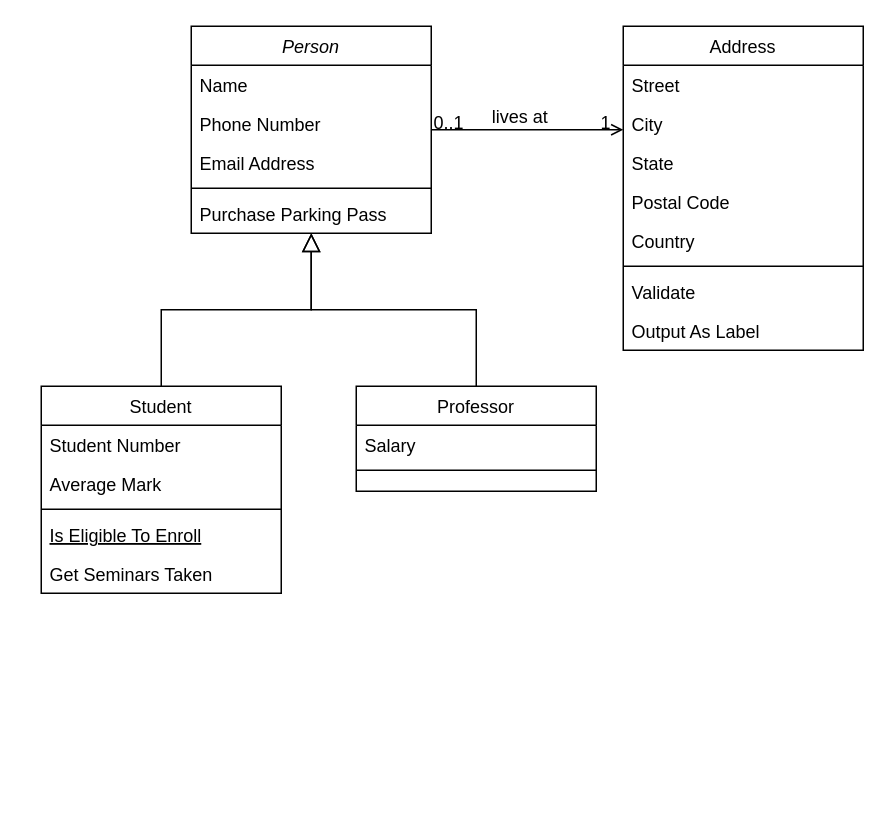
herianp/expense-sharing-app keeps this draw.io diagram as Untitled Diagram.drawio. Above is the earlier version. Source tidied: cells renumbered, new cells numbered last; positions are measured from the earlier drawing's top-left corner, leaving out a move shared by most shapes. Both pictures are drawn from the tidied source at 150%, with x=0, y=0 at pixel (40, 26).
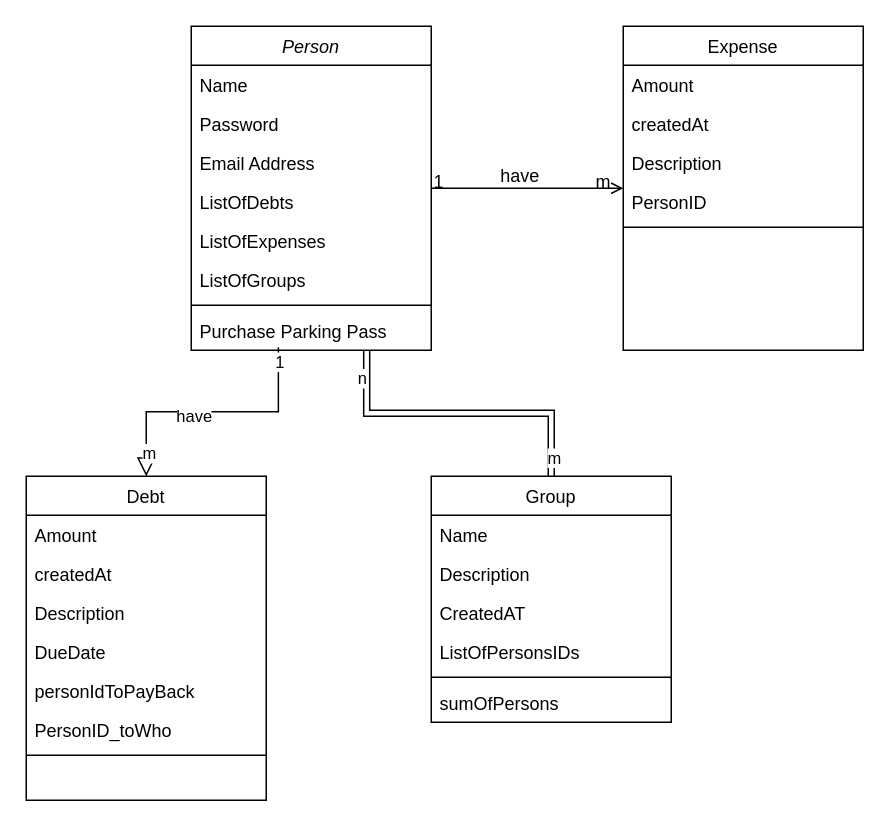
After the change.

The change refers to these unchanged cells:
```xml
<mxCell id="28" style="endArrow=open;shadow=0;strokeWidth=1;rounded=0;endFill=1;edgeStyle=elbowEdgeStyle;elbow=vertical;" parent="1" edge="1" source="2" target="19">
  <mxGeometry x="0.5" y="41" relative="1" as="geometry">
    <mxPoint x="-40" y="32" as="offset" />
  </mxGeometry>
</mxCell>
```

Change to the diagram source:
```diff
@@
     <mxCell id="2" value="Person" style="swimlane;fontStyle=2;align=center;verticalAlign=top;horizontal=1;startSize=26;rounded=0;shadow=0;strokeWidth=1;" parent="1" vertex="1">
-      <mxGeometry x="100" width="160" height="138" as="geometry" />
+      <mxGeometry x="100" width="160" height="216" as="geometry" />
     </mxCell>
@@
-    <mxCell id="4" value="Phone Number" style="text;align=left;verticalAlign=top;spacingLeft=4;spacingRight=4;overflow=hidden;rounded=0;shadow=0;html=0;" parent="2" vertex="1">
+    <mxCell id="4" value="Password" style="text;align=left;verticalAlign=top;spacingLeft=4;spacingRight=4;overflow=hidden;rounded=0;shadow=0;html=0;" parent="2" vertex="1">
       <mxGeometry y="52" width="160" height="26" as="geometry" />
     </mxCell>
@@
+    <mxCell id="32" value="ListOfDebts" style="text;align=left;verticalAlign=top;spacingLeft=4;spacingRight=4;overflow=hidden;rounded=0;shadow=0;html=0;" parent="2" vertex="1">
+      <mxGeometry y="104" width="160" height="26" as="geometry" />
+    </mxCell>
+    <mxCell id="33" value="ListOfExpenses" style="text;align=left;verticalAlign=top;spacingLeft=4;spacingRight=4;overflow=hidden;rounded=0;shadow=0;html=0;" parent="2" vertex="1">
+      <mxGeometry y="130" width="160" height="26" as="geometry" />
+    </mxCell>
+    <mxCell id="34" value="ListOfGroups" style="text;align=left;verticalAlign=top;spacingLeft=4;spacingRight=4;overflow=hidden;rounded=0;shadow=0;html=0;" parent="2" vertex="1">
+      <mxGeometry y="156" width="160" height="26" as="geometry" />
+    </mxCell>
     <mxCell id="6" style="line;html=1;strokeWidth=1;align=left;verticalAlign=middle;spacingTop=-1;spacingLeft=3;spacingRight=3;labelPosition=right;" parent="2" vertex="1">
-      <mxGeometry y="104" width="160" height="8" as="geometry" />
+      <mxGeometry y="182" width="160" height="8" as="geometry" />
     </mxCell>
     <mxCell id="7" value="Purchase Parking Pass" style="text;align=left;verticalAlign=top;spacingLeft=4;spacingRight=4;overflow=hidden;points=[[0,0.5],[1,0.5]];portConstraint=eastwest;" parent="2" vertex="1">
-      <mxGeometry y="112" width="160" height="26" as="geometry" />
+      <mxGeometry y="190" width="160" height="26" as="geometry" />
     </mxCell>
-    <mxCell id="8" value="Student" style="swimlane;fontStyle=0;align=center;verticalAlign=top;horizontal=1;startSize=26;rounded=0;shadow=0;strokeWidth=1;" parent="1" vertex="1">
-      <mxGeometry y="240" width="160" height="138" as="geometry" />
-    </mxCell>
-    <mxCell id="9" value="Student Number" style="text;align=left;verticalAlign=top;spacingLeft=4;spacingRight=4;overflow=hidden;" parent="8" vertex="1">
-      <mxGeometry y="26" width="160" height="26" as="geometry" />
-    </mxCell>
-    <mxCell id="10" value="Average Mark" style="text;align=left;verticalAlign=top;spacingLeft=4;spacingRight=4;overflow=hidden;rounded=0;shadow=0;html=0;" parent="8" vertex="1">
-      <mxGeometry y="52" width="160" height="26" as="geometry" />
-    </mxCell>
-    <mxCell id="11" style="line;html=1;strokeWidth=1;align=left;verticalAlign=middle;spacingTop=-1;spacingLeft=3;spacingRight=3;labelPosition=right;" parent="8" vertex="1">
-      <mxGeometry y="78" width="160" height="8" as="geometry" />
-    </mxCell>
-    <mxCell id="12" value="Is Eligible To Enroll" style="text;align=left;verticalAlign=top;spacingLeft=4;spacingRight=4;overflow=hidden;fontStyle=4;" parent="8" vertex="1">
-      <mxGeometry y="86" width="160" height="26" as="geometry" />
-    </mxCell>
-    <mxCell id="13" value="Get Seminars Taken" style="text;align=left;verticalAlign=top;spacingLeft=4;spacingRight=4;overflow=hidden;" parent="8" vertex="1">
-      <mxGeometry y="112" width="160" height="26" as="geometry" />
-    </mxCell>
-    <mxCell id="14" style="endArrow=block;endSize=10;endFill=0;shadow=0;strokeWidth=1;rounded=0;edgeStyle=elbowEdgeStyle;elbow=vertical;" parent="1" edge="1" source="8" target="2">
+    <mxCell id="14" style="endArrow=block;endSize=10;endFill=0;shadow=0;strokeWidth=1;rounded=0;edgeStyle=elbowEdgeStyle;elbow=vertical;exitX=0.363;exitY=0.923;exitDx=0;exitDy=0;exitPerimeter=0;entryX=0.5;entryY=0;entryDx=0;entryDy=0;" parent="1" edge="1" source="7" target="45">
       <mxGeometry relative="1" as="geometry" />
     </mxCell>
+    <mxCell id="35" value="1" style="edgeLabel;html=1;align=center;verticalAlign=middle;" parent="14" vertex="1">
+      <mxGeometry x="-0.88" relative="1" as="geometry" />
+    </mxCell>
+    <mxCell id="36" value="m" style="edgeLabel;html=1;align=center;verticalAlign=middle;" parent="14" vertex="1">
+      <mxGeometry x="0.83" y="1" relative="1" as="geometry" />
+    </mxCell>
+    <mxCell id="37" value="have" style="edgeLabel;html=1;align=center;verticalAlign=middle;" parent="14" vertex="1">
+      <mxGeometry x="0.15" y="2" relative="1" as="geometry" />
+    </mxCell>
-    <mxCell id="15" value="Professor" style="swimlane;fontStyle=0;align=center;verticalAlign=top;horizontal=1;startSize=26;rounded=0;shadow=0;strokeWidth=1;" parent="1" vertex="1">
-      <mxGeometry x="210" y="240" width="160" height="70" as="geometry" />
+    <mxCell id="15" value="Group" style="swimlane;fontStyle=0;align=center;verticalAlign=top;horizontal=1;startSize=26;rounded=0;shadow=0;strokeWidth=1;" parent="1" vertex="1">
+      <mxGeometry x="260" y="300" width="160" height="164" as="geometry" />
     </mxCell>
+    <mxCell id="38" value="Name" style="text;align=left;verticalAlign=top;spacingLeft=4;spacingRight=4;overflow=hidden;" parent="15" vertex="1">
+      <mxGeometry y="26" width="160" height="26" as="geometry" />
+    </mxCell>
+    <mxCell id="39" value="Description" style="text;align=left;verticalAlign=top;spacingLeft=4;spacingRight=4;overflow=hidden;" parent="15" vertex="1">
+      <mxGeometry y="52" width="160" height="26" as="geometry" />
+    </mxCell>
+    <mxCell id="40" value="CreatedAT" style="text;align=left;verticalAlign=top;spacingLeft=4;spacingRight=4;overflow=hidden;" parent="15" vertex="1">
+      <mxGeometry y="78" width="160" height="26" as="geometry" />
+    </mxCell>
+    <mxCell id="41" value="ListOfPersonsIDs" style="text;align=left;verticalAlign=top;spacingLeft=4;spacingRight=4;overflow=hidden;" parent="15" vertex="1">
+      <mxGeometry y="104" width="160" height="26" as="geometry" />
+    </mxCell>
+    <mxCell id="17" style="line;html=1;strokeWidth=1;align=left;verticalAlign=middle;spacingTop=-1;spacingLeft=3;spacingRight=3;labelPosition=right;" parent="15" vertex="1">
+      <mxGeometry y="130" width="160" height="8" as="geometry" />
+    </mxCell>
-    <mxCell id="16" value="Salary" style="text;align=left;verticalAlign=top;spacingLeft=4;spacingRight=4;overflow=hidden;" parent="15" vertex="1">
-      <mxGeometry y="26" width="160" height="26" as="geometry" />
+    <mxCell id="16" value="sumOfPersons" style="text;align=left;verticalAlign=top;spacingLeft=4;spacingRight=4;overflow=hidden;" parent="15" vertex="1">
+      <mxGeometry y="138" width="160" height="26" as="geometry" />
     </mxCell>
-    <mxCell id="17" style="line;html=1;strokeWidth=1;align=left;verticalAlign=middle;spacingTop=-1;spacingLeft=3;spacingRight=3;labelPosition=right;" parent="15" vertex="1">
-      <mxGeometry y="52" width="160" height="8" as="geometry" />
-    </mxCell>
-    <mxCell id="18" style="endArrow=block;endSize=10;endFill=0;shadow=0;strokeWidth=1;rounded=0;edgeStyle=elbowEdgeStyle;elbow=vertical;" parent="1" edge="1" source="15" target="2">
+    <mxCell id="18" style="endArrow=block;endFill=0;shadow=0;strokeWidth=1;rounded=0;edgeStyle=elbowEdgeStyle;elbow=vertical;exitX=0.5;exitY=0;exitDx=0;exitDy=0;entryX=0.731;entryY=1;entryDx=0;entryDy=0;entryPerimeter=0;shape=link;" parent="1" edge="1" source="15" target="7">
       <mxGeometry relative="1" as="geometry" />
     </mxCell>
+    <mxCell id="42" value="m" style="edgeLabel;html=1;align=center;verticalAlign=middle;" parent="18" vertex="1">
+      <mxGeometry x="-0.87" y="-1" relative="1" as="geometry" />
+    </mxCell>
+    <mxCell id="43" value="n" style="edgeLabel;html=1;align=center;verticalAlign=middle;" parent="18" vertex="1">
+      <mxGeometry x="0.92" y="3" relative="1" as="geometry">
+        <mxPoint y="10" as="offset" />
+      </mxGeometry>
+    </mxCell>
-    <mxCell id="19" value="Address" style="swimlane;fontStyle=0;align=center;verticalAlign=top;horizontal=1;startSize=26;rounded=0;shadow=0;strokeWidth=1;" parent="1" vertex="1">
+    <mxCell id="19" value="Expense" style="swimlane;fontStyle=0;align=center;verticalAlign=top;horizontal=1;startSize=26;rounded=0;shadow=0;strokeWidth=1;" parent="1" vertex="1">
       <mxGeometry x="388" width="160" height="216" as="geometry" />
     </mxCell>
-    <mxCell id="20" value="Street" style="text;align=left;verticalAlign=top;spacingLeft=4;spacingRight=4;overflow=hidden;" parent="19" vertex="1">
+    <mxCell id="20" value="Amount" style="text;align=left;verticalAlign=top;spacingLeft=4;spacingRight=4;overflow=hidden;" parent="19" vertex="1">
       <mxGeometry y="26" width="160" height="26" as="geometry" />
     </mxCell>
-    <mxCell id="21" value="City" style="text;align=left;verticalAlign=top;spacingLeft=4;spacingRight=4;overflow=hidden;rounded=0;shadow=0;html=0;" parent="19" vertex="1">
+    <mxCell id="21" value="createdAt" style="text;align=left;verticalAlign=top;spacingLeft=4;spacingRight=4;overflow=hidden;rounded=0;shadow=0;html=0;" parent="19" vertex="1">
       <mxGeometry y="52" width="160" height="26" as="geometry" />
     </mxCell>
-    <mxCell id="22" value="State" style="text;align=left;verticalAlign=top;spacingLeft=4;spacingRight=4;overflow=hidden;rounded=0;shadow=0;html=0;" parent="19" vertex="1">
+    <mxCell id="22" value="Description" style="text;align=left;verticalAlign=top;spacingLeft=4;spacingRight=4;overflow=hidden;rounded=0;shadow=0;html=0;" parent="19" vertex="1">
       <mxGeometry y="78" width="160" height="26" as="geometry" />
     </mxCell>
-    <mxCell id="23" value="Postal Code" style="text;align=left;verticalAlign=top;spacingLeft=4;spacingRight=4;overflow=hidden;rounded=0;shadow=0;html=0;" parent="19" vertex="1">
-      <mxGeometry y="104" width="160" height="26" as="geometry" />
-    </mxCell>
-    <mxCell id="24" value="Country" style="text;align=left;verticalAlign=top;spacingLeft=4;spacingRight=4;overflow=hidden;rounded=0;shadow=0;html=0;" parent="19" vertex="1">
-      <mxGeometry y="130" width="160" height="26" as="geometry" />
-    </mxCell>
+    <mxCell id="44" value="PersonID" style="text;align=left;verticalAlign=top;spacingLeft=4;spacingRight=4;overflow=hidden;rounded=0;shadow=0;html=0;" parent="19" vertex="1">
+      <mxGeometry y="104" width="160" height="26" as="geometry" />
+    </mxCell>
     <mxCell id="25" style="line;html=1;strokeWidth=1;align=left;verticalAlign=middle;spacingTop=-1;spacingLeft=3;spacingRight=3;labelPosition=right;" parent="19" vertex="1">
-      <mxGeometry y="156" width="160" height="8" as="geometry" />
+      <mxGeometry y="130" width="160" height="8" as="geometry" />
     </mxCell>
-    <mxCell id="26" value="Validate" style="text;align=left;verticalAlign=top;spacingLeft=4;spacingRight=4;overflow=hidden;" parent="19" vertex="1">
-      <mxGeometry y="164" width="160" height="26" as="geometry" />
-    </mxCell>
-    <mxCell id="27" value="Output As Label" style="text;align=left;verticalAlign=top;spacingLeft=4;spacingRight=4;overflow=hidden;" parent="19" vertex="1">
-      <mxGeometry y="190" width="160" height="26" as="geometry" />
-    </mxCell>
@@
-    <mxCell id="29" value="0..1" style="align=left;verticalAlign=bottom;labelBackgroundColor=none;fontSize=12;" parent="28" vertex="1">
+    <mxCell id="29" value="1" style="align=left;verticalAlign=bottom;labelBackgroundColor=none;fontSize=12;" parent="28" vertex="1">
       <mxGeometry x="-1" relative="1" as="geometry">
         <mxPoint y="4" as="offset" />
       </mxGeometry>
     </mxCell>
-    <mxCell id="30" value="1" style="align=right;verticalAlign=bottom;labelBackgroundColor=none;fontSize=12;" parent="28" vertex="1">
+    <mxCell id="30" value="m" style="align=right;verticalAlign=bottom;labelBackgroundColor=none;fontSize=12;" parent="28" vertex="1">
       <mxGeometry x="1" relative="1" as="geometry">
         <mxPoint x="-7" y="4" as="offset" />
       </mxGeometry>
     </mxCell>
-    <mxCell id="31" value="lives at" style="text;html=1;align=center;verticalAlign=middle;labelBackgroundColor=none;rounded=0;shadow=0;strokeWidth=1;fontSize=12;" parent="28" vertex="1">
+    <mxCell id="31" value="have" style="text;html=1;align=center;verticalAlign=middle;labelBackgroundColor=none;rounded=0;shadow=0;strokeWidth=1;fontSize=12;" parent="28" vertex="1">
       <mxGeometry x="0.5" y="49" relative="1" as="geometry">
         <mxPoint x="-38" y="40" as="offset" />
       </mxGeometry>
     </mxCell>
+    <mxCell id="45" value="Debt" style="swimlane;fontStyle=0;align=center;verticalAlign=top;horizontal=1;startSize=26;rounded=0;shadow=0;strokeWidth=1;" parent="1" vertex="1">
+      <mxGeometry x="-10" y="300" width="160" height="216" as="geometry" />
+    </mxCell>
+    <mxCell id="46" value="Amount" style="text;align=left;verticalAlign=top;spacingLeft=4;spacingRight=4;overflow=hidden;" parent="45" vertex="1">
+      <mxGeometry y="26" width="160" height="26" as="geometry" />
+    </mxCell>
+    <mxCell id="47" value="createdAt" style="text;align=left;verticalAlign=top;spacingLeft=4;spacingRight=4;overflow=hidden;rounded=0;shadow=0;html=0;" parent="45" vertex="1">
+      <mxGeometry y="52" width="160" height="26" as="geometry" />
+    </mxCell>
+    <mxCell id="48" value="Description" style="text;align=left;verticalAlign=top;spacingLeft=4;spacingRight=4;overflow=hidden;rounded=0;shadow=0;html=0;" parent="45" vertex="1">
+      <mxGeometry y="78" width="160" height="26" as="geometry" />
+    </mxCell>
+    <mxCell id="49" value="DueDate" style="text;align=left;verticalAlign=top;spacingLeft=4;spacingRight=4;overflow=hidden;rounded=0;shadow=0;html=0;" parent="45" vertex="1">
+      <mxGeometry y="104" width="160" height="26" as="geometry" />
+    </mxCell>
+    <mxCell id="50" value="personIdToPayBack" style="text;align=left;verticalAlign=top;spacingLeft=4;spacingRight=4;overflow=hidden;rounded=0;shadow=0;html=0;" parent="45" vertex="1">
+      <mxGeometry y="130" width="160" height="26" as="geometry" />
+    </mxCell>
+    <mxCell id="51" value="PersonID_toWho" style="text;align=left;verticalAlign=top;spacingLeft=4;spacingRight=4;overflow=hidden;rounded=0;shadow=0;html=0;" parent="45" vertex="1">
+      <mxGeometry y="156" width="160" height="26" as="geometry" />
+    </mxCell>
+    <mxCell id="52" style="line;html=1;strokeWidth=1;align=left;verticalAlign=middle;spacingTop=-1;spacingLeft=3;spacingRight=3;labelPosition=right;" parent="45" vertex="1">
+      <mxGeometry y="182" width="160" height="8" as="geometry" />
+    </mxCell>
```
